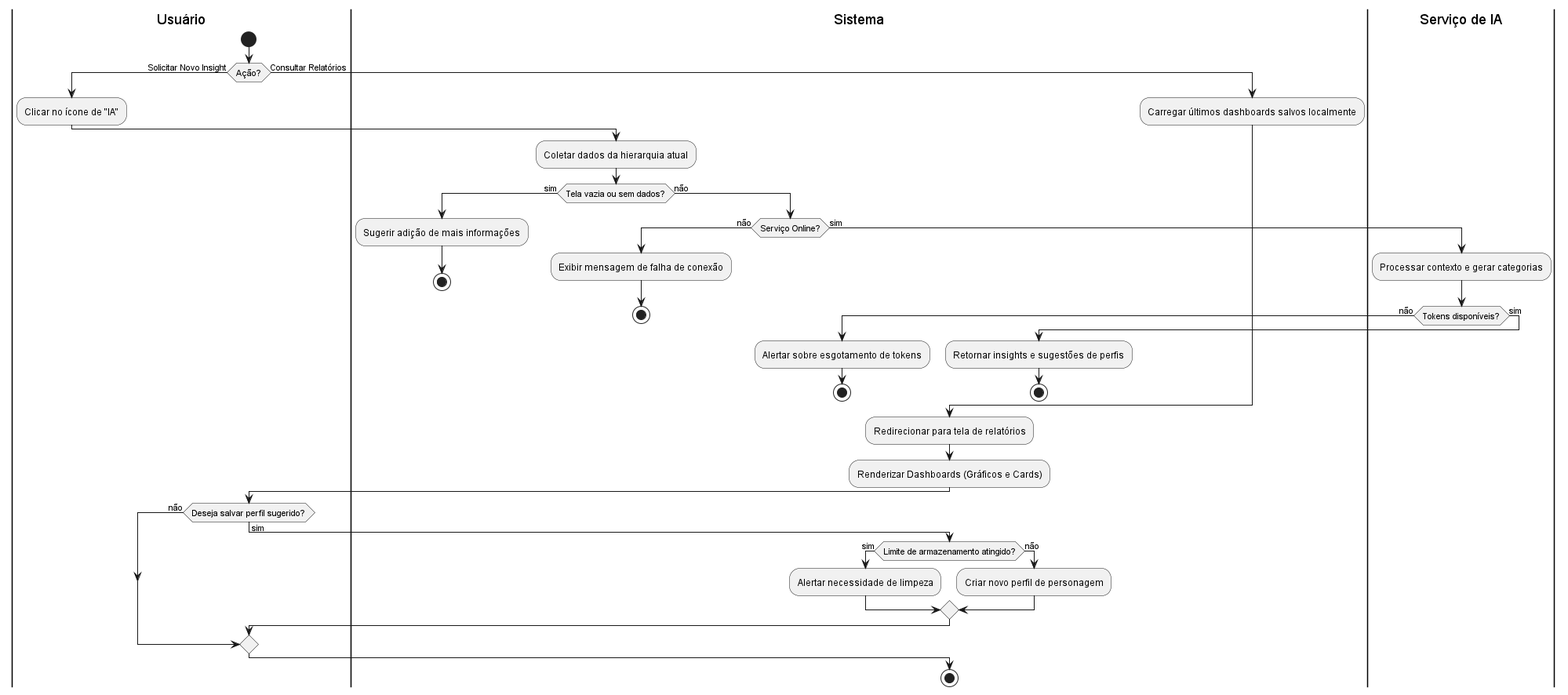
Earlier version of the PlantUML export docs/casosUso/imagens/diagramas_atividade/diagrama_UC17.png (aspiringluke/Projeto-Integrado-Mobile).
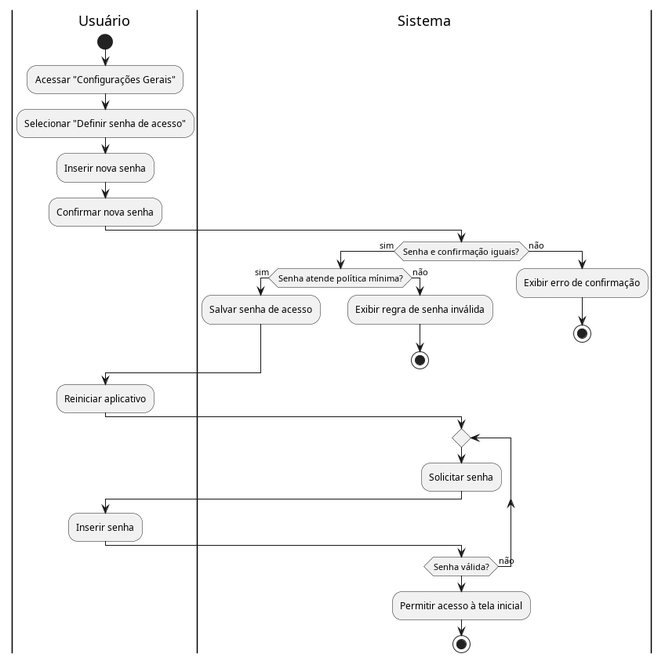
Later version of the same file.

The edit, as a diff of the source:
```diff
@@ -2,50 +2,35 @@
 
 |Usuário|
 start
+:Acessar "Configurações Gerais";
+:Selecionar "Definir senha de acesso";
+:Inserir nova senha;
+:Confirmar nova senha;
 
-if (Ação?) then (Solicitar Novo Insight)
-  :Clicar no ícone de "IA";
-  |Sistema|
-  :Coletar dados da hierarquia atual;
-  if (Tela vazia ou sem dados?) then (sim)
-    :Sugerir adição de mais informações;
+|Sistema|
+if (Senha e confirmação iguais?) then (sim)
+  if (Senha atende política mínima?) then (sim)
+    :Salvar senha de acesso;
+  else (não)
+    :Exibir regra de senha inválida;
     stop
-  else (não)
-    if (Serviço Online?) then (não)
-      :Exibir mensagem de falha de conexão;
-      stop
-    else (sim)
-      |Serviço de IA|
-      :Processar contexto e gerar categorias;
-      if (Tokens disponíveis?) then (não)
-        |Sistema|
-        :Alertar sobre esgotamento de tokens;
-        stop
-      else (sim)
-        :Retornar insights e sugestões de perfis;
-        stop
-      endif
-    endif
   endif
-else (Consultar Relatórios)
-  |Sistema|
-  :Carregar últimos dashboards salvos localmente;
+else (não)
+  :Exibir erro de confirmação;
+  stop
 endif
 
+|Usuário|
+:Reiniciar aplicativo;
+
 |Sistema|
-:Redirecionar para tela de relatórios;
-:Renderizar Dashboards (Gráficos e Cards);
-
-|Usuário|
-if (Deseja salvar perfil sugerido?) then (sim)
+repeat
+  :Solicitar senha;
+  |Usuário|
+  :Inserir senha;
   |Sistema|
-  if (Limite de armazenamento atingido?) then (sim)
-    :Alertar necessidade de limpeza;
-  else (não)
-    :Criar novo perfil de personagem;
-  endif
-else (não)
-endif
+repeat while (Senha válida?) is (não)
+:Permitir acesso à tela inicial;
 
 stop
 @enduml
```
